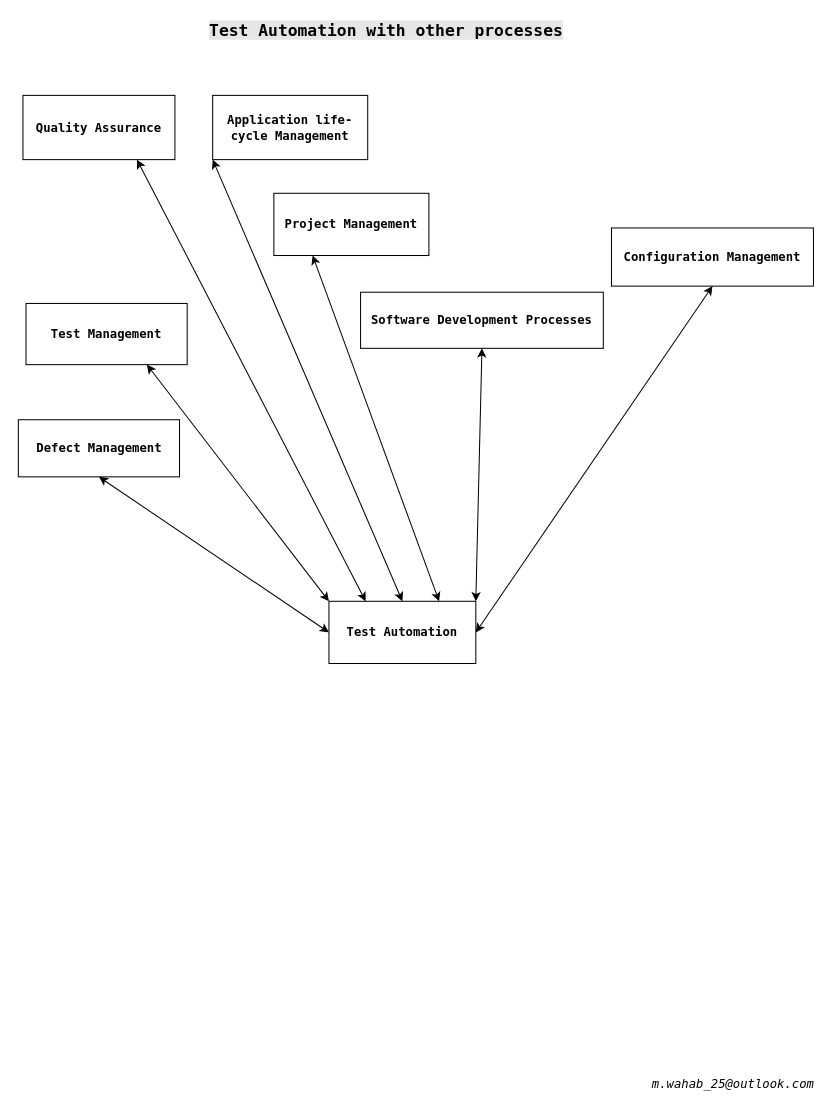
The draw.io diagram KeywordDriven.Docs/draw.io/Test_Automation_and_Other_Processes.drawio in mwahab25/KeywordDriven, before the edit. Source tidied: cells renumbered, new cells numbered last; positions are measured from the earlier drawing's top-left corner, leaving out a move shared by most shapes. Both pictures are drawn from the tidied source at 102%, with x=0, y=0 at pixel (18, 17).
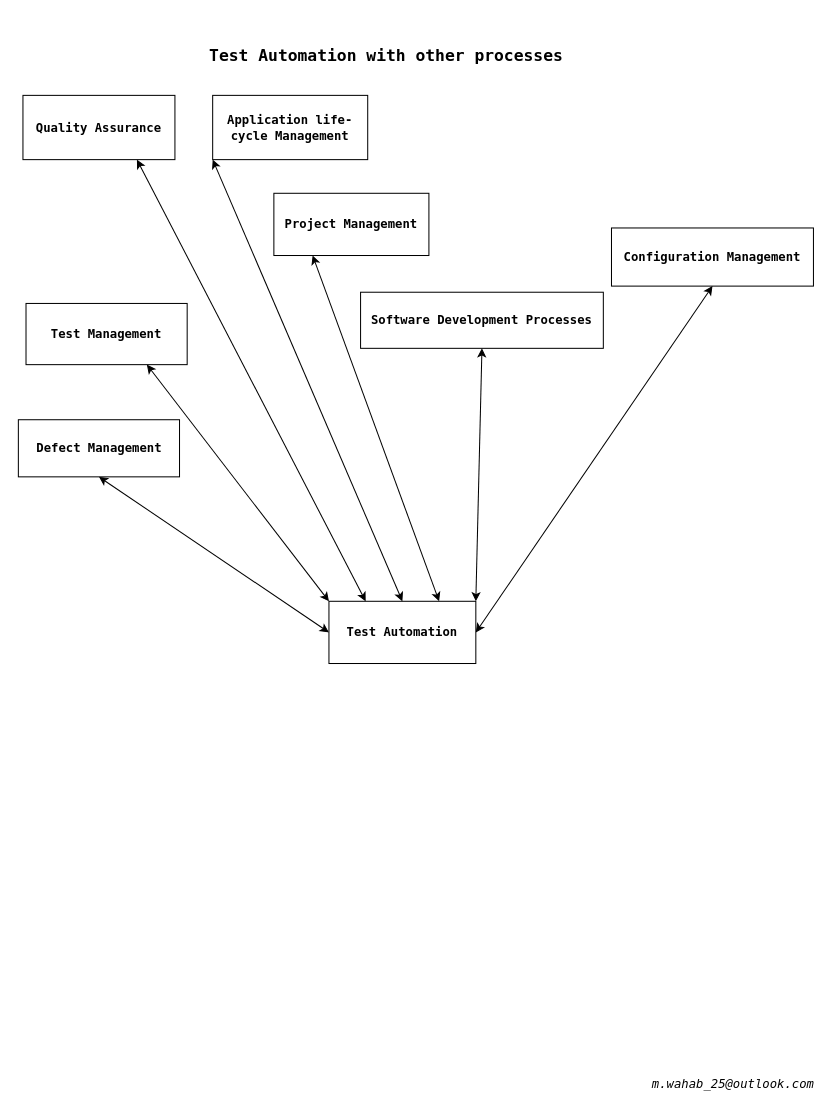
Above is the later version.

Diff of the diagram source:
```diff
@@
 <mxGraphModel>
   <root>
     <mxCell id="0" />
     <mxCell id="1" parent="0" />
     <mxCell id="2" value="&lt;font style=&quot;font-size: 12px;&quot;&gt;Test Management&lt;/font&gt;" style="rounded=0;whiteSpace=wrap;html=1;fontStyle=1;fontSize=12;fontFamily=Lucida Console;" parent="1" vertex="1">
       <mxGeometry x="7" y="280" width="158" height="60" as="geometry" />
     </mxCell>
     <mxCell id="3" value="&lt;font style=&quot;font-size: 12px;&quot;&gt;Configuration Management&lt;/font&gt;" style="rounded=0;whiteSpace=wrap;html=1;fontStyle=1;fontSize=12;fontFamily=Lucida Console;" parent="1" vertex="1">
       <mxGeometry x="581" y="206" width="198" height="57" as="geometry" />
     </mxCell>
     <mxCell id="4" value="&lt;font style=&quot;font-size: 12px;&quot;&gt;Application life-cycle Management&lt;/font&gt;" style="rounded=0;whiteSpace=wrap;html=1;fontStyle=1;fontSize=12;fontFamily=Lucida Console;" parent="1" vertex="1">
       <mxGeometry x="190" y="76" width="152" height="63" as="geometry" />
     </mxCell>
     <mxCell id="5" value="&lt;font style=&quot;font-size: 12px;&quot;&gt;Defect Management&lt;/font&gt;" style="rounded=0;whiteSpace=wrap;html=1;fontStyle=1;fontSize=12;fontFamily=Lucida Console;" parent="1" vertex="1">
       <mxGeometry x="-0.5" y="394" width="158" height="56" as="geometry" />
     </mxCell>
     <mxCell id="6" value="&lt;font style=&quot;font-size: 12px;&quot;&gt;Software Development Processes&lt;/font&gt;" style="rounded=0;whiteSpace=wrap;html=1;fontStyle=1;fontSize=12;fontFamily=Lucida Console;" parent="1" vertex="1">
       <mxGeometry x="335" y="269" width="238" height="55" as="geometry" />
     </mxCell>
     <mxCell id="7" value="&lt;font style=&quot;font-size: 12px;&quot;&gt;Quality Assurance&lt;/font&gt;" style="rounded=0;whiteSpace=wrap;html=1;fontStyle=1;fontSize=12;fontFamily=Lucida Console;" parent="1" vertex="1">
       <mxGeometry x="4" y="76" width="149" height="63" as="geometry" />
     </mxCell>
     <mxCell id="8" value="&lt;font style=&quot;font-size: 12px;&quot;&gt;Project&amp;nbsp;&lt;/font&gt;&lt;font style=&quot;font-size: 12px;&quot;&gt;Management&lt;/font&gt;" style="rounded=0;whiteSpace=wrap;html=1;fontStyle=1;fontSize=12;fontFamily=Lucida Console;" parent="1" vertex="1">
       <mxGeometry x="250" y="172" width="152" height="61" as="geometry" />
     </mxCell>
     <mxCell id="9" value="&lt;font style=&quot;font-size: 12px;&quot;&gt;Test Automation&lt;/font&gt;" style="rounded=0;whiteSpace=wrap;html=1;fontStyle=1;fontSize=12;fontFamily=Lucida Console;" parent="1" vertex="1">
       <mxGeometry x="304" y="572" width="144" height="61" as="geometry" />
     </mxCell>
-    <mxCell id="10" value="&lt;font style=&quot;font-size: 16px&quot;&gt;&lt;span style=&quot;font-size: 16px&quot;&gt;&lt;b style=&quot;font-size: 16px&quot;&gt;Test Automation with other processes&lt;/b&gt;&lt;/span&gt;&lt;/font&gt;" style="text;html=1;align=left;verticalAlign=top;spacingTop=-4;fontFamily=Lucida Console;fontSize=16;labelBackgroundColor=#E6E6E6;" parent="1" vertex="1">
-      <mxGeometry x="185" width="368" height="18" as="geometry" />
+    <mxCell id="10" value="&lt;font style=&quot;font-size: 16px&quot;&gt;&lt;span style=&quot;font-size: 16px&quot;&gt;&lt;b style=&quot;font-size: 16px&quot;&gt;Test Automation with other processes&lt;/b&gt;&lt;/span&gt;&lt;/font&gt;" style="text;html=1;align=left;verticalAlign=top;spacingTop=-4;fontFamily=Lucida Console;fontSize=16;labelBackgroundColor=none;" parent="1" vertex="1">
+      <mxGeometry x="185" y="25" width="368" height="18" as="geometry" />
     </mxCell>
     <mxCell id="11" style="endArrow=classic;startArrow=classic;html=1;strokeColor=#000000;fontFamily=Lucida Console;fontSize=16;fontColor=#000000;exitX=0.25;exitY=0;exitDx=0;exitDy=0;entryX=0.75;entryY=1;entryDx=0;entryDy=0;" parent="1" edge="1" source="9" target="7">
       <mxGeometry relative="1" as="geometry" />
     </mxCell>
     <mxCell id="12" style="endArrow=classic;startArrow=classic;html=1;strokeColor=#000000;fontFamily=Lucida Console;fontSize=16;fontColor=#000000;entryX=0;entryY=0;entryDx=0;entryDy=0;exitX=0.75;exitY=1;exitDx=0;exitDy=0;" parent="1" edge="1" source="2" target="9">
       <mxGeometry relative="1" as="geometry" />
     </mxCell>
     <mxCell id="13" style="endArrow=classic;startArrow=classic;html=1;strokeColor=#000000;fontFamily=Lucida Console;fontSize=16;fontColor=#000000;exitX=1;exitY=0.5;exitDx=0;exitDy=0;entryX=0.5;entryY=1;entryDx=0;entryDy=0;" parent="1" edge="1" source="9" target="3">
       <mxGeometry relative="1" as="geometry" />
     </mxCell>
     <mxCell id="14" style="endArrow=classic;startArrow=classic;html=1;strokeColor=#000000;fontFamily=Lucida Console;fontSize=16;fontColor=#000000;entryX=0;entryY=1;entryDx=0;entryDy=0;exitX=0.5;exitY=0;exitDx=0;exitDy=0;" parent="1" edge="1" source="9" target="4">
       <mxGeometry relative="1" as="geometry" />
     </mxCell>
     <mxCell id="15" style="endArrow=classic;startArrow=classic;html=1;strokeColor=#000000;fontFamily=Lucida Console;fontSize=16;fontColor=#000000;exitX=0.75;exitY=0;exitDx=0;exitDy=0;entryX=0.25;entryY=1;entryDx=0;entryDy=0;" parent="1" edge="1" source="9" target="8">
       <mxGeometry relative="1" as="geometry" />
     </mxCell>
     <mxCell id="16" style="endArrow=classic;startArrow=classic;html=1;strokeColor=#000000;fontFamily=Lucida Console;fontSize=16;fontColor=#000000;exitX=1;exitY=0;exitDx=0;exitDy=0;entryX=0.5;entryY=1;entryDx=0;entryDy=0;" parent="1" edge="1" source="9" target="6">
       <mxGeometry relative="1" as="geometry" />
     </mxCell>
     <mxCell id="17" style="endArrow=classic;startArrow=classic;html=1;strokeColor=#000000;fontFamily=Lucida Console;fontSize=16;fontColor=#000000;exitX=0.5;exitY=1;exitDx=0;exitDy=0;entryX=0;entryY=0.5;entryDx=0;entryDy=0;" parent="1" edge="1" source="5" target="9">
       <mxGeometry relative="1" as="geometry" />
     </mxCell>
     <mxCell id="18" value="m.wahab_25@outlook.com" style="text;html=1;align=center;verticalAlign=middle;fontSize=12;fontFamily=Lucida Console;fontColor=#000000;fontStyle=2;" parent="1" vertex="1">
       <mxGeometry x="615" y="1037" width="169" height="18" as="geometry" />
     </mxCell>
   </root>
 </mxGraphModel>
```
